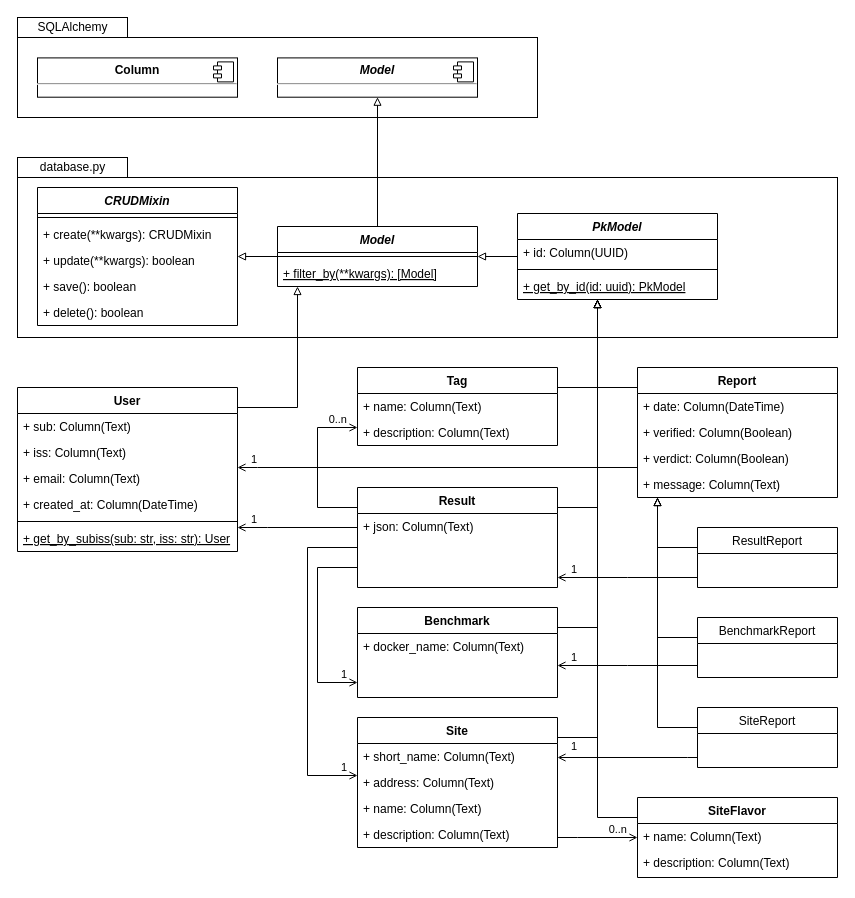
Before: docs/diagrams/classes/models.drawio in EOSC-synergy/eosc-perf, a draw.io diagram. Source tidied: cells renumbered, new cells numbered last; positions are measured from the earlier drawing's top-left corner, leaving out a move shared by most shapes. Both pictures are drawn from the tidied source at 100%, with x=0, y=0 at pixel (17, 17).
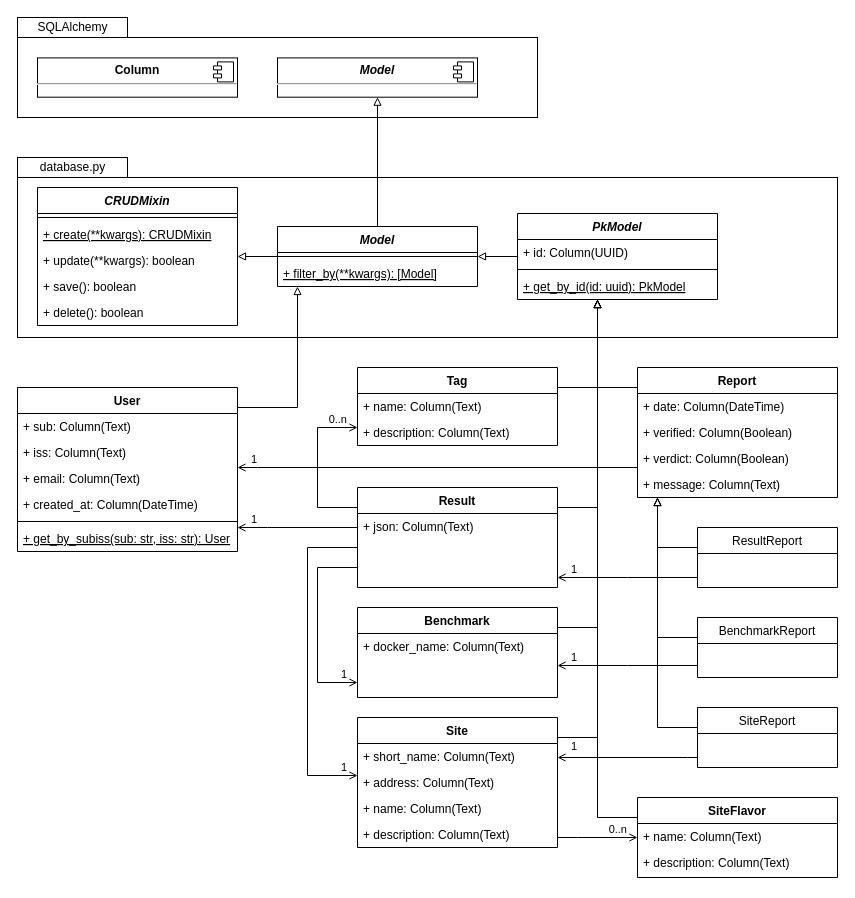
The same diagram, later.

Commit message:
Fix UML static on CRUDMixin "create"

Unchanged cells that the change refers to:
```xml
<mxCell id="13" value="CRUDMixin" style="swimlane;fontStyle=3;align=center;verticalAlign=top;horizontal=1;startSize=26;" parent="1" vertex="1">
  <mxGeometry x="20" y="170" width="200" height="138" as="geometry" />
</mxCell>
```

Diff of the diagram source:
```diff
@@
-    <mxCell id="15" value="+ create(**kwargs): CRUDMixin" style="text;strokeColor=none;fillColor=none;align=left;verticalAlign=top;spacingLeft=4;spacingRight=4;overflow=hidden;" parent="13" vertex="1">
+    <mxCell id="15" value="+ create(**kwargs): CRUDMixin" style="text;strokeColor=none;fillColor=none;align=left;verticalAlign=top;spacingLeft=4;spacingRight=4;overflow=hidden;fontStyle=4;" parent="13" vertex="1">
       <mxGeometry y="34" width="200" height="26" as="geometry" />
     </mxCell>
```
